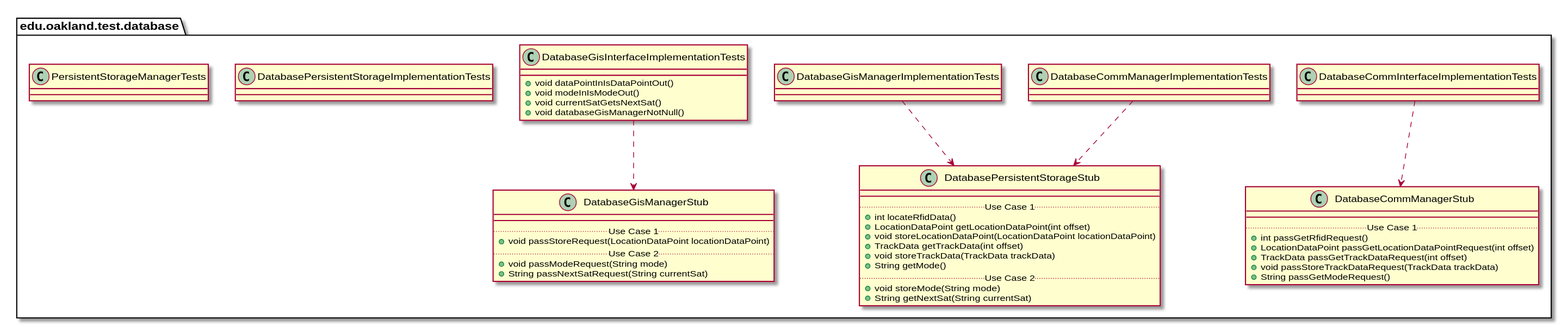
Before: docs/uml-class-diagrams/database/test/DatabaseTestPackage_InternalDependencies.svg, a diagram exported from PlantUML (elilley15/csi-3370-software-project).
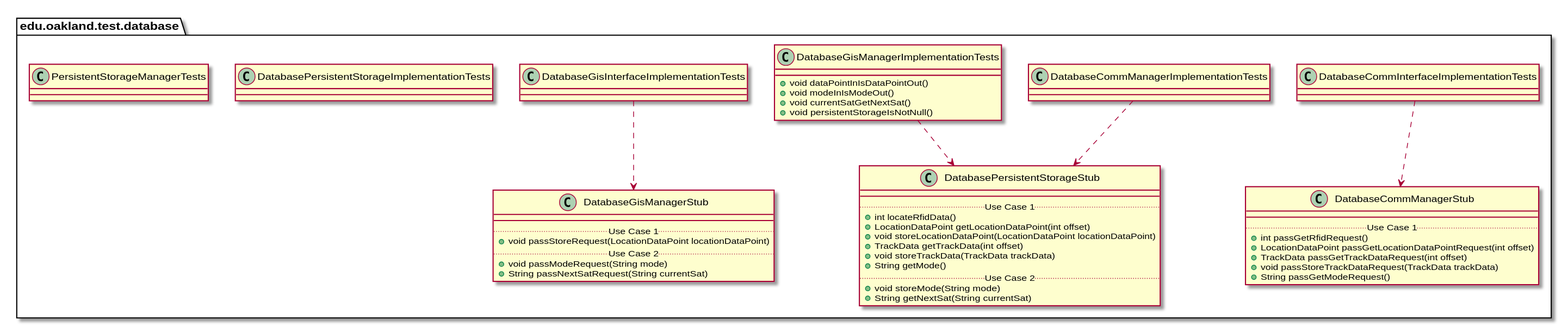
Above is the later version.

What changed in the source:
```diff
@@ -55,10 +55,7 @@
 
 package edu.oakland.test.database {
     class DatabaseGisInterfaceImplementationTests {
-        + void dataPointInIsDataPointOut()
-        + void modeInIsModeOut()
-        + void currentSatGetsNextSat()
-        + void databaseGisManagerNotNull()
+
     }
 }
 
@@ -79,7 +76,10 @@
 
 package edu.oakland.test.database {
     class DatabaseGisManagerImplementationTests {
-
+        + void dataPointInIsDataPointOut()
+        + void modeInIsModeOut()
+        + void currentSatGetNextSat()
+        + void persistentStorageIsNotNull()
     }
 }
 
```
